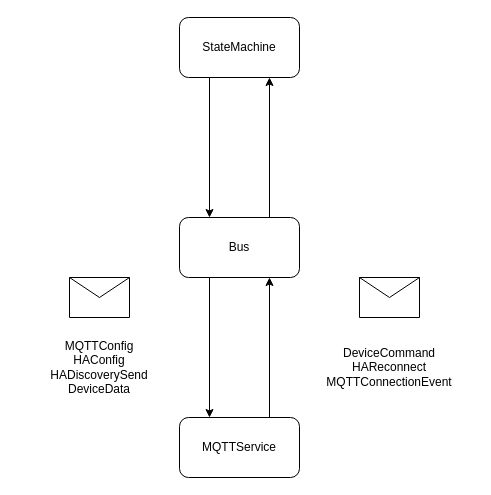
Earlier version of the draw.io diagram page "MessagingMQTT" (2 of 4) of diagrams.drawio (mplogas/ecowitt-controller). Source tidied: cells renumbered, new cells numbered last; positions are measured from the earlier drawing's top-left corner, leaving out a move shared by most shapes. Both pictures are drawn from the tidied source at 100%, with x=0, y=0 at pixel (44, 17).
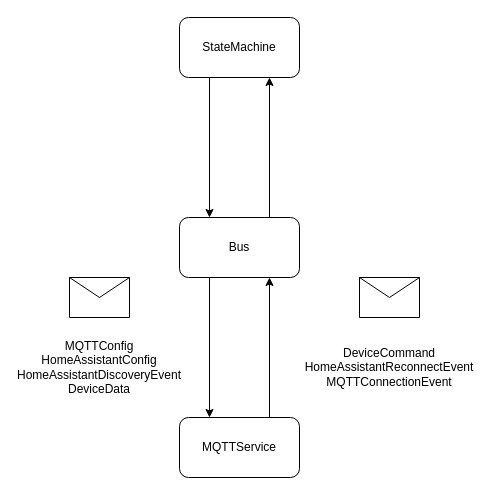
Above is the later version.

Diff of the diagram source:
```diff
@@
 <mxGraphModel>
   <root>
     <mxCell id="0" />
     <mxCell id="1" parent="0" />
     <mxCell id="2" style="edgeStyle=orthogonalEdgeStyle;rounded=0;jettySize=auto;html=1;exitX=0.25;exitY=1;exitDx=0;exitDy=0;entryX=0.25;entryY=0;entryDx=0;entryDy=0;" parent="1" edge="1" source="4" target="8">
       <mxGeometry relative="1" as="geometry" />
     </mxCell>
     <mxCell id="3" style="edgeStyle=orthogonalEdgeStyle;rounded=0;jettySize=auto;html=1;exitX=0.75;exitY=0;exitDx=0;exitDy=0;entryX=0.75;entryY=1;entryDx=0;entryDy=0;" parent="1" edge="1" source="4" target="6">
       <mxGeometry relative="1" as="geometry" />
     </mxCell>
     <mxCell id="4" value="Bus" style="rounded=1;whiteSpace=wrap;html=1;" parent="1" vertex="1">
       <mxGeometry x="135" y="200" width="120" height="60" as="geometry" />
     </mxCell>
     <mxCell id="5" style="edgeStyle=orthogonalEdgeStyle;rounded=0;jettySize=auto;html=1;exitX=0.25;exitY=1;exitDx=0;exitDy=0;entryX=0.25;entryY=0;entryDx=0;entryDy=0;" parent="1" edge="1" source="6" target="4">
       <mxGeometry relative="1" as="geometry" />
     </mxCell>
     <mxCell id="6" value="StateMachine" style="rounded=1;whiteSpace=wrap;html=1;" parent="1" vertex="1">
       <mxGeometry x="135" width="120" height="60" as="geometry" />
     </mxCell>
     <mxCell id="7" style="edgeStyle=orthogonalEdgeStyle;rounded=0;jettySize=auto;html=1;exitX=0.75;exitY=0;exitDx=0;exitDy=0;entryX=0.75;entryY=1;entryDx=0;entryDy=0;" parent="1" edge="1" source="8" target="4">
       <mxGeometry relative="1" as="geometry" />
     </mxCell>
     <mxCell id="8" value="MQTTService" style="rounded=1;whiteSpace=wrap;html=1;" parent="1" vertex="1">
       <mxGeometry x="135" y="400" width="120" height="60" as="geometry" />
     </mxCell>
     <mxCell id="9" style="shape=message;html=1;html=1;labelPosition=center;verticalLabelPosition=bottom;align=center;verticalAlign=top;" parent="1" vertex="1">
       <mxGeometry x="315" y="260" width="60" height="40" as="geometry" />
     </mxCell>
     <mxCell id="10" style="shape=message;html=1;html=1;labelPosition=center;verticalLabelPosition=bottom;align=center;verticalAlign=top;" parent="1" vertex="1">
       <mxGeometry x="25" y="260" width="60" height="40" as="geometry" />
     </mxCell>
-    <mxCell id="11" value="MQTTConfig&lt;br&gt;HAConfig&lt;br&gt;HADiscoverySend&lt;br&gt;DeviceData" style="text;html=1;align=center;verticalAlign=middle;whiteSpace=wrap;rounded=0;" parent="1" vertex="1">
+    <mxCell id="11" value="MQTTConfig&lt;br&gt;HomeAssistantConfig&lt;br&gt;HomeAssistantDiscoveryEvent&lt;br&gt;DeviceData" style="text;html=1;align=center;verticalAlign=middle;whiteSpace=wrap;rounded=0;" parent="1" vertex="1">
       <mxGeometry y="310" width="110" height="80" as="geometry" />
     </mxCell>
-    <mxCell id="12" value="DeviceCommand&lt;br&gt;HAReconnect&lt;br&gt;MQTTConnectionEvent" style="text;html=1;align=center;verticalAlign=middle;whiteSpace=wrap;rounded=0;" parent="1" vertex="1">
+    <mxCell id="12" value="DeviceCommand&lt;br&gt;HomeAssistantReconnectEvent&lt;br&gt;MQTTConnectionEvent" style="text;html=1;align=center;verticalAlign=middle;whiteSpace=wrap;rounded=0;" parent="1" vertex="1">
       <mxGeometry x="315" y="325" width="60" height="50" as="geometry" />
     </mxCell>
   </root>
 </mxGraphModel>
```
